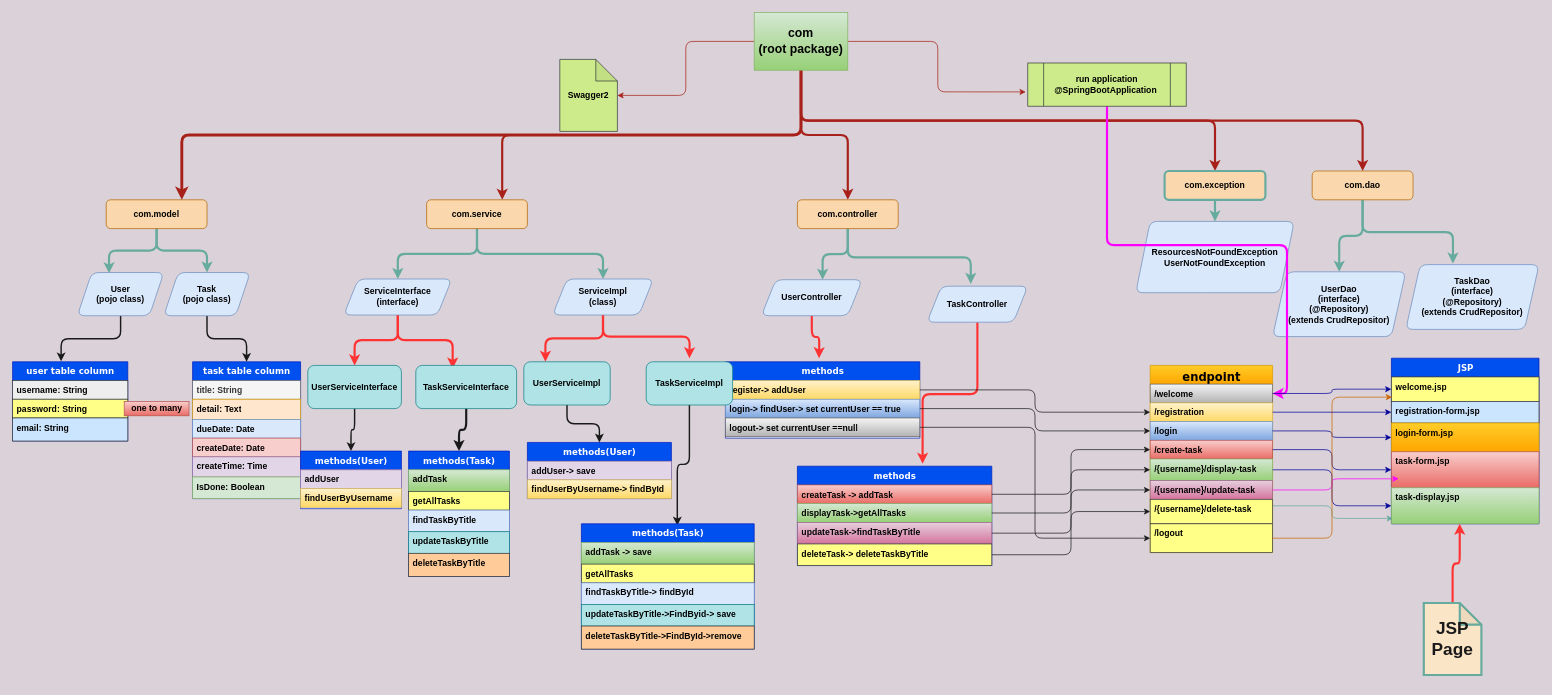
This is Untitled Diagram.drawio from chefvivica/all-charts-repo, a draw.io file, before an edit. Source tidied: cells renumbered, new cells numbered last; positions are measured from the earlier drawing's top-left corner, leaving out a move shared by most shapes. Both pictures are drawn from the tidied source at 72%, with x=0, y=0 at pixel (12, 12).
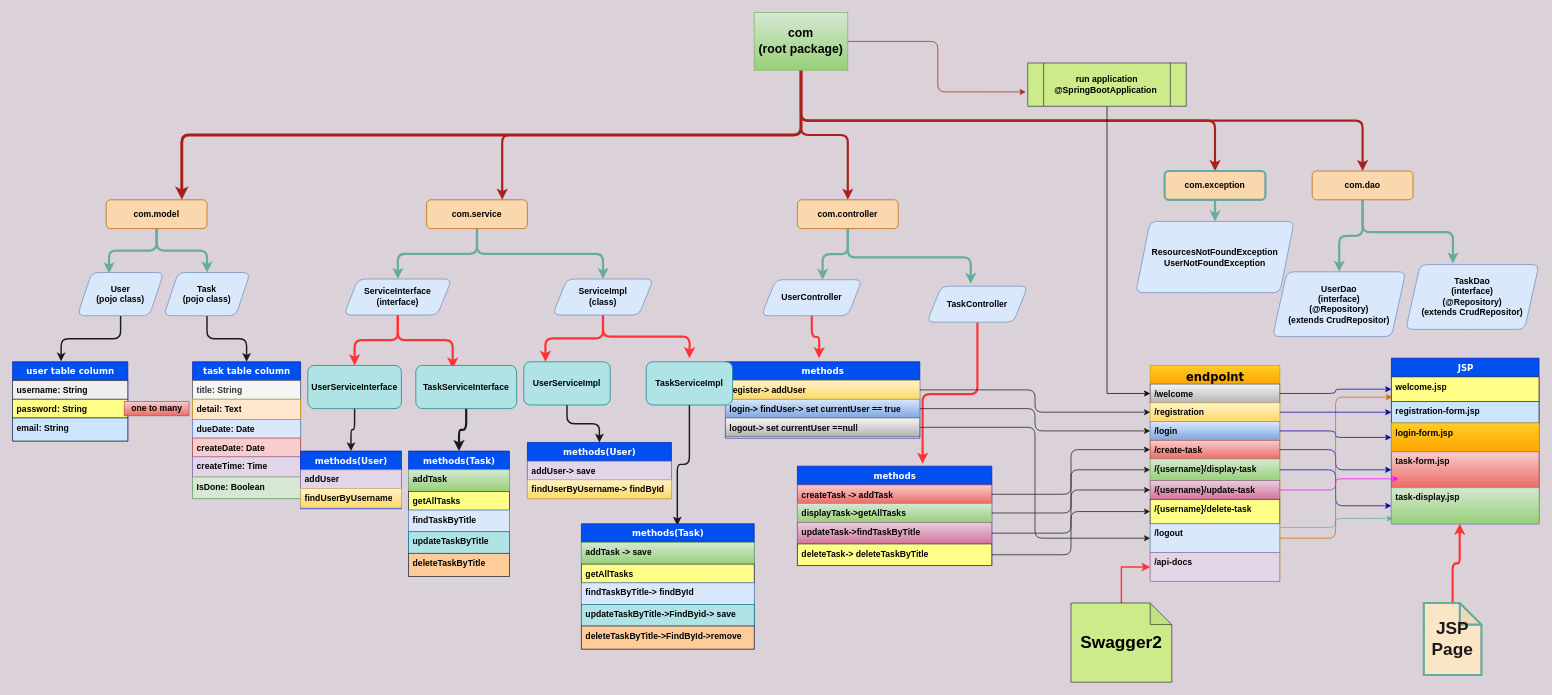
The same diagram, later.

The change refers to these unchanged cells:
```xml
<mxCell id="33" value="&lt;span&gt;&lt;font style=&quot;font-size: 17px&quot;&gt;com&lt;br&gt;(root package)&lt;br&gt;&lt;/font&gt;&lt;/span&gt;" style="whiteSpace=wrap;html=1;rounded=0;sketch=0;strokeColor=#82b366;fillColor=#d5e8d4;gradientColor=#97d077;fontStyle=1;" parent="1" vertex="1">
  <mxGeometry x="1030" width="130" height="80" as="geometry" />
</mxCell>
<mxCell id="59" value="&lt;span&gt;run application&lt;/span&gt;&lt;br&gt;&lt;span&gt;&lt;span&gt;@SpringBootApplication&lt;/span&gt;&lt;/span&gt;&lt;span&gt;&amp;nbsp;&lt;/span&gt;" style="shape=process;whiteSpace=wrap;html=1;backgroundOutline=1;rounded=0;sketch=0;strokeColor=#36393d;fillColor=#cdeb8b;fontStyle=1;" parent="1" vertex="1">
  <mxGeometry x="1410" y="70" width="220" height="60" as="geometry" />
</mxCell>
```

What changed in the source:
```diff
@@
     <mxCell id="3" value="&lt;font style=&quot;font-size: 16px&quot;&gt;endpoint&lt;/font&gt;" style="swimlane;html=1;fontStyle=1;align=center;verticalAlign=top;horizontal=1;startSize=26;swimlaneFillColor=#ffffff;rounded=0;shadow=0;comic=0;labelBackgroundColor=none;strokeWidth=1;fillColor=#ffcd28;fontFamily=Verdana;fontSize=12;strokeColor=#d79b00;gradientColor=#ffa500;" parent="1" vertex="1">
-      <mxGeometry x="1580" y="490" width="170" height="260" as="geometry" />
+      <mxGeometry x="1580" y="490" width="180" height="300" as="geometry" />
     </mxCell>
     <mxCell id="4" value="/welcome" style="text;html=1;strokeColor=#666666;fillColor=#f5f5f5;align=left;verticalAlign=top;spacingLeft=4;spacingRight=4;whiteSpace=wrap;overflow=hidden;points=[[0,0.5],[1,0.5]];portConstraint=eastwest;gradientColor=#b3b3b3;fontStyle=1;" parent="3" vertex="1">
-      <mxGeometry y="26" width="170" height="26" as="geometry" />
+      <mxGeometry y="26" width="180" height="26" as="geometry" />
     </mxCell>
     <mxCell id="5" value="/registration" style="text;html=1;strokeColor=#d6b656;fillColor=#fff2cc;align=left;verticalAlign=top;spacingLeft=4;spacingRight=4;whiteSpace=wrap;overflow=hidden;points=[[0,0.5],[1,0.5]];portConstraint=eastwest;gradientColor=#ffd966;fontStyle=1;" parent="3" vertex="1">
-      <mxGeometry y="52" width="170" height="26" as="geometry" />
+      <mxGeometry y="52" width="180" height="26" as="geometry" />
     </mxCell>
     <mxCell id="6" value="/login" style="text;html=1;strokeColor=#6c8ebf;fillColor=#dae8fc;align=left;verticalAlign=top;spacingLeft=4;spacingRight=4;whiteSpace=wrap;overflow=hidden;points=[[0,0.5],[1,0.5]];portConstraint=eastwest;gradientColor=#7ea6e0;fontStyle=1;" parent="3" vertex="1">
-      <mxGeometry y="78" width="170" height="26" as="geometry" />
+      <mxGeometry y="78" width="180" height="26" as="geometry" />
     </mxCell>
     <mxCell id="7" value="/create-task" style="text;html=1;strokeColor=#b85450;fillColor=#f8cecc;align=left;verticalAlign=top;spacingLeft=4;spacingRight=4;whiteSpace=wrap;overflow=hidden;points=[[0,0.5],[1,0.5]];portConstraint=eastwest;gradientColor=#ea6b66;fontStyle=1;" parent="3" vertex="1">
-      <mxGeometry y="104" width="170" height="26" as="geometry" />
+      <mxGeometry y="104" width="180" height="26" as="geometry" />
     </mxCell>
     <mxCell id="8" value="/{username}/display-task" style="text;html=1;strokeColor=#82b366;fillColor=#d5e8d4;align=left;verticalAlign=top;spacingLeft=4;spacingRight=4;whiteSpace=wrap;overflow=hidden;points=[[0,0.5],[1,0.5]];portConstraint=eastwest;gradientColor=#97d077;fontStyle=1;" parent="3" vertex="1">
-      <mxGeometry y="130" width="170" height="30" as="geometry" />
+      <mxGeometry y="130" width="180" height="30" as="geometry" />
     </mxCell>
     <mxCell id="9" value="/{username}/update-task" style="text;html=1;strokeColor=#996185;fillColor=#e6d0de;align=left;verticalAlign=top;spacingLeft=4;spacingRight=4;whiteSpace=wrap;overflow=hidden;points=[[0,0.5],[1,0.5]];portConstraint=eastwest;gradientColor=#d5739d;fontStyle=1;" parent="3" vertex="1">
-      <mxGeometry y="160" width="170" height="26" as="geometry" />
+      <mxGeometry y="160" width="180" height="26" as="geometry" />
     </mxCell>
     <mxCell id="10" value="/{username}/delete-task" style="text;html=1;strokeColor=#36393d;fillColor=#ffff88;align=left;verticalAlign=top;spacingLeft=4;spacingRight=4;whiteSpace=wrap;overflow=hidden;points=[[0,0.5],[1,0.5]];portConstraint=eastwest;fontStyle=1;" parent="3" vertex="1">
-      <mxGeometry y="186" width="170" height="34" as="geometry" />
+      <mxGeometry y="186" width="180" height="34" as="geometry" />
     </mxCell>
-    <mxCell id="11" value="/logout" style="text;html=1;strokeColor=#36393d;fillColor=#ffff88;align=left;verticalAlign=top;spacingLeft=4;spacingRight=4;whiteSpace=wrap;overflow=hidden;points=[[0,0.5],[1,0.5]];portConstraint=eastwest;fontStyle=1;" parent="3" vertex="1">
-      <mxGeometry y="220" width="170" height="40" as="geometry" />
+    <mxCell id="11" value="/logout" style="text;html=1;strokeColor=#6c8ebf;fillColor=#dae8fc;align=left;verticalAlign=top;spacingLeft=4;spacingRight=4;whiteSpace=wrap;overflow=hidden;points=[[0,0.5],[1,0.5]];portConstraint=eastwest;fontStyle=1;" parent="3" vertex="1">
+      <mxGeometry y="220" width="180" height="40" as="geometry" />
     </mxCell>
+    <mxCell id="123" value="/api-docs" style="text;html=1;strokeColor=#9673a6;fillColor=#e1d5e7;align=left;verticalAlign=top;spacingLeft=4;spacingRight=4;whiteSpace=wrap;overflow=hidden;points=[[0,0.5],[1,0.5]];portConstraint=eastwest;fontStyle=1;" parent="3" vertex="1">
+      <mxGeometry y="260" width="180" height="40" as="geometry" />
+    </mxCell>
@@
-    <mxCell id="27" style="edgeStyle=orthogonalEdgeStyle;curved=0;rounded=1;sketch=0;jettySize=auto;html=1;entryX=1;entryY=0.5;entryDx=0;entryDy=0;entryPerimeter=0;strokeColor=#A8201A;fillColor=#FAE5C7;fontColor=#143642;fontStyle=1;" parent="1" edge="1" source="33" target="60">
-      <mxGeometry relative="1" as="geometry" />
-    </mxCell>
@@
-    <mxCell id="58" style="edgeStyle=orthogonalEdgeStyle;curved=0;rounded=1;sketch=0;jettySize=auto;html=1;exitX=0.5;exitY=1;exitDx=0;exitDy=0;entryX=1;entryY=0.5;entryDx=0;entryDy=0;strokeColor=#FF00FF;strokeWidth=3;fillColor=#FAE5C7;fontColor=#1A1A1A;" parent="1" edge="1" source="59" target="4">
+    <mxCell id="58" style="edgeStyle=orthogonalEdgeStyle;rounded=0;jettySize=auto;html=1;exitX=0.5;exitY=1;exitDx=0;exitDy=0;entryX=0;entryY=0.5;entryDx=0;entryDy=0;" parent="1" edge="1" source="59" target="4">
       <mxGeometry relative="1" as="geometry" />
     </mxCell>
@@
+    <mxCell id="124" style="edgeStyle=orthogonalEdgeStyle;rounded=0;jettySize=auto;html=1;exitX=0.5;exitY=0;exitDx=0;exitDy=0;exitPerimeter=0;strokeWidth=2;strokeColor=#FF3333;" parent="1" edge="1" source="60" target="123">
+      <mxGeometry relative="1" as="geometry" />
+    </mxCell>
-    <mxCell id="60" value="&lt;span&gt;Swagger2&lt;/span&gt;" style="shape=note;whiteSpace=wrap;html=1;backgroundOutline=1;darkOpacity=0.05;rounded=0;sketch=0;strokeColor=#36393d;fillColor=#cdeb8b;fontStyle=1;" parent="1" vertex="1">
-      <mxGeometry x="760" y="65" width="80" height="100" as="geometry" />
+    <mxCell id="60" value="&lt;h1&gt;&lt;span&gt;Swagger2&lt;/span&gt;&lt;/h1&gt;" style="shape=note;whiteSpace=wrap;html=1;backgroundOutline=1;darkOpacity=0.05;rounded=0;sketch=0;strokeColor=#36393d;fillColor=#cdeb8b;fontStyle=1;" parent="1" vertex="1">
+      <mxGeometry x="1470" y="820" width="140" height="110" as="geometry" />
     </mxCell>
```
